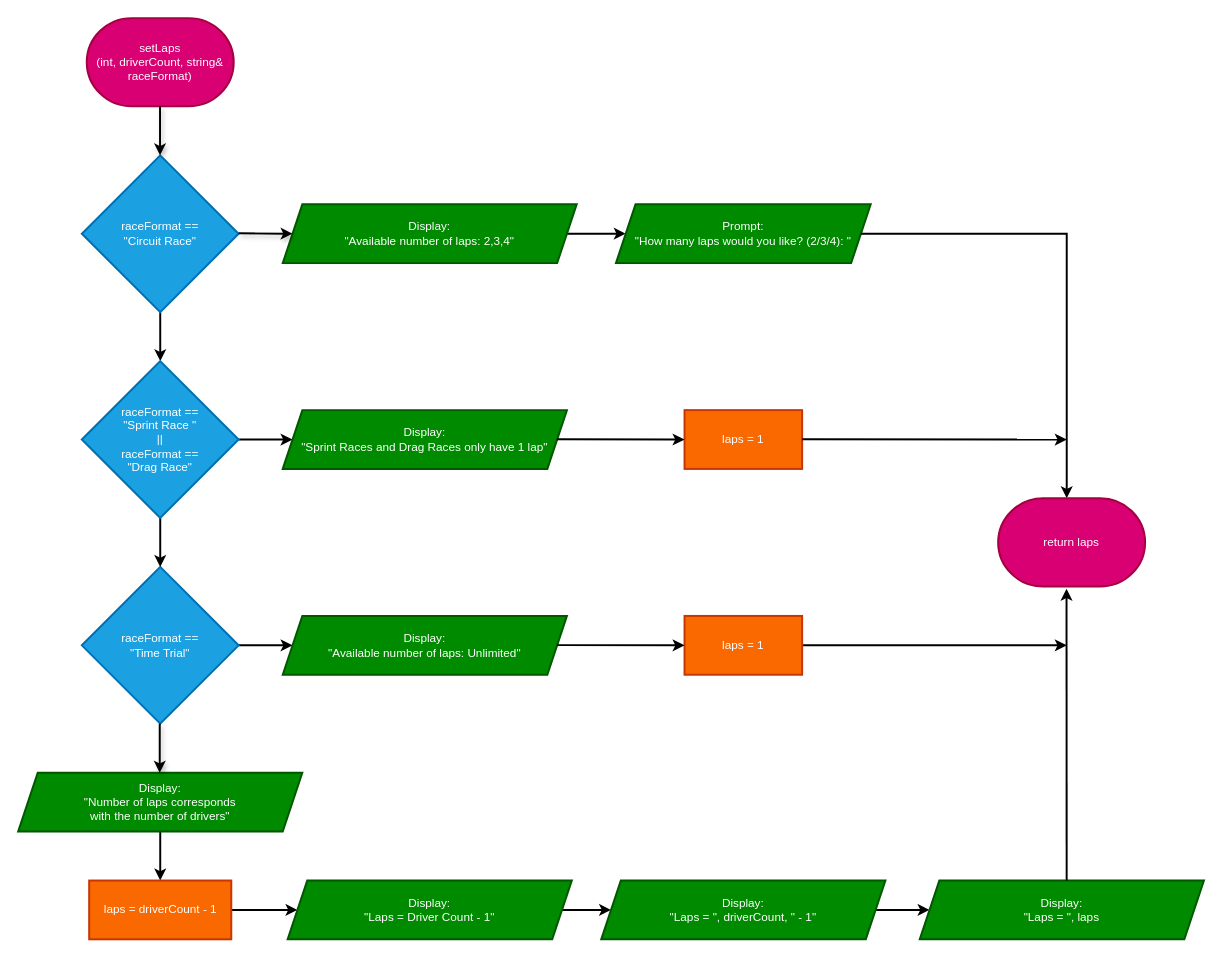
Before: Flowcharts (draw.io)/15. setLaps.drawio in shahxvi/csc126-group-project, a draw.io diagram. Source tidied: cells renumbered, new cells numbered last; positions are measured from the earlier drawing's top-left corner, leaving out a move shared by most shapes. Both pictures are drawn from the tidied source at 98%, with x=0, y=0 at pixel (18, 18).
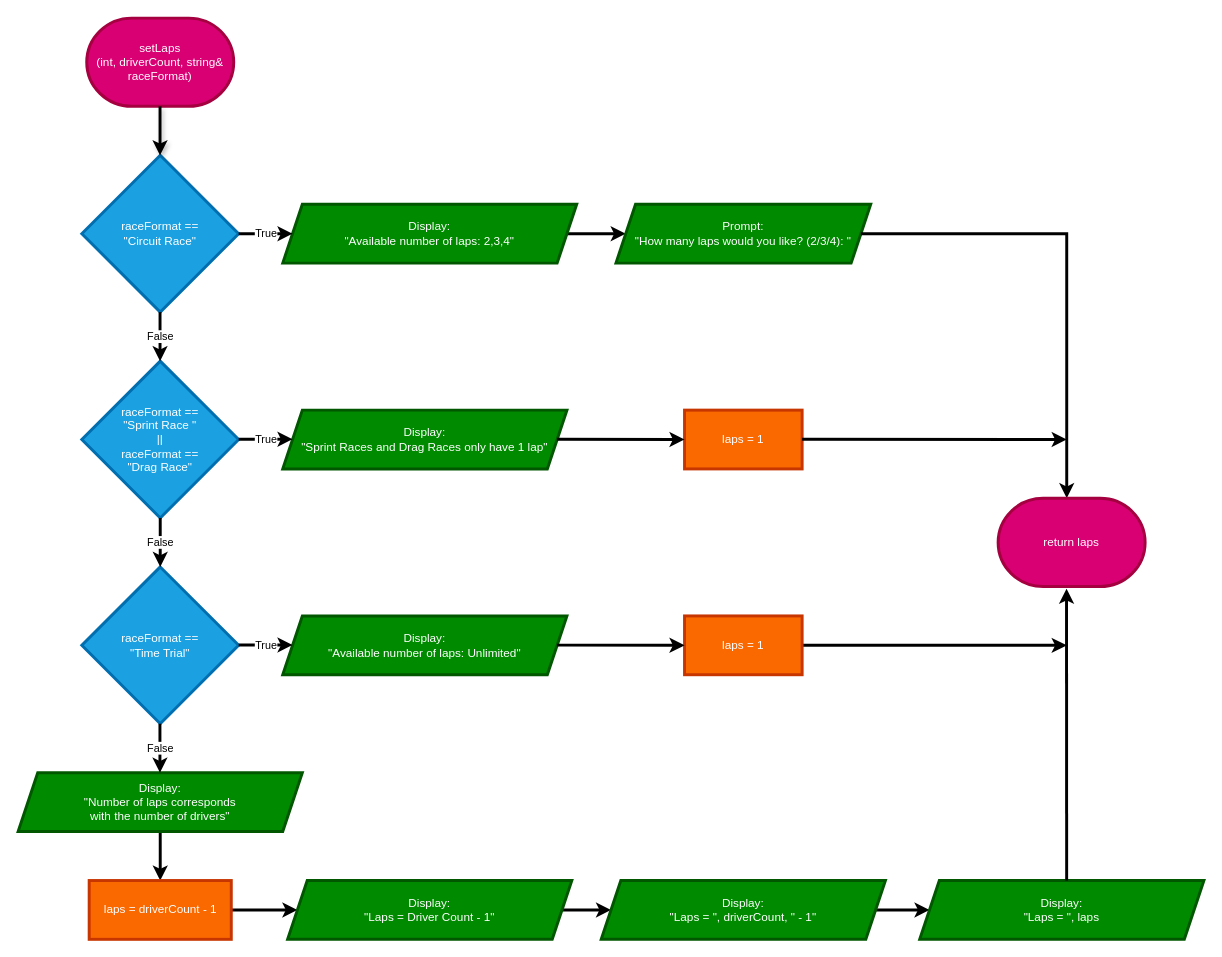
After the change.

What changed in the source:
```diff
@@
-    <mxCell id="2" value="setLaps&lt;br&gt;(int, driverCount, string&amp;amp; raceFormat)" style="strokeWidth=2;html=1;shape=mxgraph.flowchart.terminator;whiteSpace=wrap;fillColor=#d80073;fontColor=#ffffff;strokeColor=#A50040;" parent="1" vertex="1">
+    <mxCell id="2" value="setLaps&lt;br&gt;(int, driverCount, string&amp;amp; raceFormat)" style="strokeWidth=3;html=1;shape=mxgraph.flowchart.terminator;whiteSpace=wrap;fillColor=#d80073;fontColor=#ffffff;strokeColor=#A50040;" parent="1" vertex="1">
       <mxGeometry x="70" width="150" height="90" as="geometry" />
     </mxCell>
-    <mxCell id="3" style="edgeStyle=none;html=1;strokeWidth=2;" parent="1" edge="1" source="4" target="17">
-      <mxGeometry relative="1" as="geometry" />
-    </mxCell>
-    <mxCell id="4" value="raceFormat ==&lt;br&gt;&quot;Time Trial&quot;" style="rhombus;whiteSpace=wrap;html=1;strokeWidth=2;fillColor=#1ba1e2;fontColor=#ffffff;strokeColor=#006EAF;" parent="1" vertex="1">
+    <mxCell id="4" value="raceFormat ==&lt;br&gt;&quot;Time Trial&quot;" style="rhombus;whiteSpace=wrap;html=1;strokeWidth=3;fillColor=#1ba1e2;fontColor=#ffffff;strokeColor=#006EAF;" parent="1" vertex="1">
       <mxGeometry x="65" y="560" width="160" height="160" as="geometry" />
     </mxCell>
-    <mxCell id="5" style="edgeStyle=none;html=1;strokeWidth=2;" parent="1" edge="1" source="6" target="9">
-      <mxGeometry relative="1" as="geometry" />
-    </mxCell>
-    <mxCell id="6" value="&lt;span style=&quot;&quot;&gt;&lt;font style=&quot;color: rgb(255, 255, 255);&quot;&gt;raceFormat ==&lt;br&gt;&quot;Circuit Race&quot;&lt;/font&gt;&lt;/span&gt;" style="rhombus;whiteSpace=wrap;html=1;strokeWidth=2;fillColor=#1ba1e2;fontColor=#FFFFFF;strokeColor=#006EAF;" parent="1" vertex="1">
+    <mxCell id="6" value="&lt;span style=&quot;&quot;&gt;&lt;font style=&quot;color: rgb(255, 255, 255);&quot;&gt;raceFormat ==&lt;br&gt;&quot;Circuit Race&quot;&lt;/font&gt;&lt;/span&gt;" style="rhombus;whiteSpace=wrap;html=1;strokeWidth=3;fillColor=#1ba1e2;fontColor=#FFFFFF;strokeColor=#006EAF;" parent="1" vertex="1">
       <mxGeometry x="65" y="140" width="160" height="160" as="geometry" />
     </mxCell>
-    <mxCell id="7" style="edgeStyle=none;html=1;strokeWidth=2;" parent="1" edge="1" source="9" target="4">
-      <mxGeometry relative="1" as="geometry" />
-    </mxCell>
-    <mxCell id="8" style="edgeStyle=none;html=1;strokeWidth=2;" parent="1" edge="1" source="9" target="15">
-      <mxGeometry relative="1" as="geometry" />
-    </mxCell>
-    <mxCell id="9" value="raceFormat ==&lt;br&gt;&quot;Sprint Race &quot;&lt;br&gt;||&lt;br&gt;raceFormat ==&lt;br&gt;&quot;Drag Race&quot;" style="rhombus;whiteSpace=wrap;html=1;strokeWidth=2;fillColor=#1ba1e2;fontColor=#ffffff;strokeColor=#006EAF;" parent="1" vertex="1">
+    <mxCell id="9" value="raceFormat ==&lt;br&gt;&quot;Sprint Race &quot;&lt;br&gt;||&lt;br&gt;raceFormat ==&lt;br&gt;&quot;Drag Race&quot;" style="rhombus;whiteSpace=wrap;html=1;strokeWidth=3;fillColor=#1ba1e2;fontColor=#ffffff;strokeColor=#006EAF;" parent="1" vertex="1">
       <mxGeometry x="65" y="350" width="160" height="160" as="geometry" />
     </mxCell>
-    <mxCell id="10" style="edgeStyle=none;html=1;strokeWidth=2;shadow=1;textShadow=1;spacing=2;" parent="1" edge="1">
+    <mxCell id="10" style="edgeStyle=none;html=1;strokeWidth=3;shadow=1;textShadow=1;spacing=2;" parent="1" edge="1">
       <mxGeometry relative="1" as="geometry">
         <mxPoint x="144.8" y="90" as="sourcePoint" />
         <mxPoint x="144.8" y="140" as="targetPoint" />
       </mxGeometry>
     </mxCell>
-    <mxCell id="11" style="edgeStyle=none;html=1;strokeWidth=2;" parent="1" edge="1" source="12" target="13">
+    <mxCell id="11" style="edgeStyle=none;html=1;strokeWidth=3;" parent="1" edge="1" source="12" target="13">
       <mxGeometry relative="1" as="geometry" />
     </mxCell>
-    <mxCell id="12" value="Display:&lt;br&gt;&quot;Available number of laps: 2,3,4&quot;" style="shape=parallelogram;perimeter=parallelogramPerimeter;whiteSpace=wrap;html=1;fixedSize=1;strokeWidth=2;fillColor=#008a00;fontColor=#ffffff;strokeColor=#005700;" parent="1" vertex="1">
+    <mxCell id="12" value="Display:&lt;br&gt;&quot;Available number of laps: 2,3,4&quot;" style="shape=parallelogram;perimeter=parallelogramPerimeter;whiteSpace=wrap;html=1;fixedSize=1;strokeWidth=3;fillColor=#008a00;fontColor=#ffffff;strokeColor=#005700;" parent="1" vertex="1">
       <mxGeometry x="270" y="190" width="300" height="60" as="geometry" />
     </mxCell>
-    <mxCell id="13" value="Prompt:&lt;br&gt;&quot;How many laps would you like? (2/3/4): &quot;" style="shape=parallelogram;perimeter=parallelogramPerimeter;whiteSpace=wrap;html=1;fixedSize=1;strokeWidth=2;fillColor=#008a00;fontColor=#ffffff;strokeColor=#005700;" parent="1" vertex="1">
+    <mxCell id="13" value="Prompt:&lt;br&gt;&quot;How many laps would you like? (2/3/4): &quot;" style="shape=parallelogram;perimeter=parallelogramPerimeter;whiteSpace=wrap;html=1;fixedSize=1;strokeWidth=3;fillColor=#008a00;fontColor=#ffffff;strokeColor=#005700;" parent="1" vertex="1">
       <mxGeometry x="610" y="190" width="260" height="60" as="geometry" />
     </mxCell>
-    <mxCell id="14" style="edgeStyle=none;html=1;strokeWidth=2;shadow=1;textShadow=1;spacing=2;entryX=0;entryY=0.5;entryDx=0;entryDy=0;" parent="1" edge="1" target="12">
-      <mxGeometry relative="1" as="geometry">
-        <mxPoint x="225" y="219.6" as="sourcePoint" />
-      </mxGeometry>
-    </mxCell>
-    <mxCell id="15" value="Display:&lt;br&gt;&quot;Sprint Races and Drag Races only have 1 lap&quot;" style="shape=parallelogram;perimeter=parallelogramPerimeter;whiteSpace=wrap;html=1;fixedSize=1;strokeWidth=2;fillColor=#008a00;fontColor=#ffffff;strokeColor=#005700;" parent="1" vertex="1">
+    <mxCell id="15" value="Display:&lt;br&gt;&quot;Sprint Races and Drag Races only have 1 lap&quot;" style="shape=parallelogram;perimeter=parallelogramPerimeter;whiteSpace=wrap;html=1;fixedSize=1;strokeWidth=3;fillColor=#008a00;fontColor=#ffffff;strokeColor=#005700;" parent="1" vertex="1">
       <mxGeometry x="270" y="400" width="290" height="60" as="geometry" />
     </mxCell>
-    <mxCell id="16" value="laps = 1" style="whiteSpace=wrap;html=1;strokeWidth=2;fillColor=#fa6800;fontColor=#FFFFFF;strokeColor=#C73500;" parent="1" vertex="1">
+    <mxCell id="16" value="laps = 1" style="whiteSpace=wrap;html=1;strokeWidth=3;fillColor=#fa6800;fontColor=#FFFFFF;strokeColor=#C73500;" parent="1" vertex="1">
       <mxGeometry x="680" y="400" width="120" height="60" as="geometry" />
     </mxCell>
-    <mxCell id="17" value="Display:&lt;br&gt;&quot;Available number of laps: Unlimited&quot;" style="shape=parallelogram;perimeter=parallelogramPerimeter;whiteSpace=wrap;html=1;fixedSize=1;strokeWidth=2;fillColor=#008a00;fontColor=#ffffff;strokeColor=#005700;" parent="1" vertex="1">
+    <mxCell id="17" value="Display:&lt;br&gt;&quot;Available number of laps: Unlimited&quot;" style="shape=parallelogram;perimeter=parallelogramPerimeter;whiteSpace=wrap;html=1;fixedSize=1;strokeWidth=3;fillColor=#008a00;fontColor=#ffffff;strokeColor=#005700;" parent="1" vertex="1">
       <mxGeometry x="270" y="610" width="290" height="60" as="geometry" />
     </mxCell>
-    <mxCell id="18" style="edgeStyle=none;html=1;strokeWidth=2;" parent="1" edge="1" source="19">
+    <mxCell id="18" style="edgeStyle=none;html=1;strokeWidth=3;" parent="1" edge="1" source="19">
       <mxGeometry relative="1" as="geometry">
         <mxPoint x="1070" y="640" as="targetPoint" />
       </mxGeometry>
     </mxCell>
-    <mxCell id="19" value="laps = 1" style="whiteSpace=wrap;html=1;strokeWidth=2;fillColor=#fa6800;fontColor=#FFFFFF;strokeColor=#C73500;" parent="1" vertex="1">
+    <mxCell id="19" value="laps = 1" style="whiteSpace=wrap;html=1;strokeWidth=3;fillColor=#fa6800;fontColor=#FFFFFF;strokeColor=#C73500;" parent="1" vertex="1">
       <mxGeometry x="680" y="610" width="120" height="60" as="geometry" />
     </mxCell>
-    <mxCell id="20" style="edgeStyle=none;html=1;strokeWidth=2;" parent="1" edge="1" source="21" target="24">
+    <mxCell id="20" style="edgeStyle=none;html=1;strokeWidth=3;" parent="1" edge="1" source="21" target="24">
       <mxGeometry relative="1" as="geometry" />
     </mxCell>
-    <mxCell id="21" value="Display:&lt;br&gt;&quot;Number of laps corresponds&lt;br&gt;with the number of drivers&quot;" style="shape=parallelogram;perimeter=parallelogramPerimeter;whiteSpace=wrap;html=1;fixedSize=1;strokeWidth=2;fillColor=#008a00;fontColor=#ffffff;strokeColor=#005700;" parent="1" vertex="1">
+    <mxCell id="21" value="Display:&lt;br&gt;&quot;Number of laps corresponds&lt;br&gt;with the number of drivers&quot;" style="shape=parallelogram;perimeter=parallelogramPerimeter;whiteSpace=wrap;html=1;fixedSize=1;strokeWidth=3;fillColor=#008a00;fontColor=#ffffff;strokeColor=#005700;" parent="1" vertex="1">
       <mxGeometry y="770" width="290" height="60" as="geometry" />
     </mxCell>
-    <mxCell id="22" style="edgeStyle=none;html=1;strokeWidth=2;shadow=1;textShadow=1;spacing=2;" parent="1" edge="1">
-      <mxGeometry relative="1" as="geometry">
-        <mxPoint x="144.5" y="720" as="sourcePoint" />
-        <mxPoint x="144.5" y="770" as="targetPoint" />
-      </mxGeometry>
-    </mxCell>
-    <mxCell id="23" style="edgeStyle=none;html=1;strokeWidth=2;" parent="1" edge="1" source="24" target="26">
+    <mxCell id="23" style="edgeStyle=none;html=1;strokeWidth=3;" parent="1" edge="1" source="24" target="26">
       <mxGeometry relative="1" as="geometry" />
     </mxCell>
-    <mxCell id="24" value="laps = driverCount - 1" style="whiteSpace=wrap;html=1;strokeWidth=2;fillColor=#fa6800;fontColor=#FFFFFF;strokeColor=#C73500;" parent="1" vertex="1">
+    <mxCell id="24" value="laps = driverCount - 1" style="whiteSpace=wrap;html=1;strokeWidth=3;fillColor=#fa6800;fontColor=#FFFFFF;strokeColor=#C73500;" parent="1" vertex="1">
       <mxGeometry x="72.5" y="880" width="145" height="60" as="geometry" />
     </mxCell>
-    <mxCell id="25" style="edgeStyle=none;html=1;strokeWidth=2;" parent="1" edge="1" source="26" target="28">
+    <mxCell id="25" style="edgeStyle=none;html=1;strokeWidth=3;" parent="1" edge="1" source="26" target="28">
       <mxGeometry relative="1" as="geometry" />
     </mxCell>
-    <mxCell id="26" value="Display:&lt;br&gt;&quot;Laps = Driver Count - 1&quot;" style="shape=parallelogram;perimeter=parallelogramPerimeter;whiteSpace=wrap;html=1;fixedSize=1;strokeWidth=2;fillColor=#008a00;fontColor=#ffffff;strokeColor=#005700;" parent="1" vertex="1">
+    <mxCell id="26" value="Display:&lt;br&gt;&quot;Laps = Driver Count - 1&quot;" style="shape=parallelogram;perimeter=parallelogramPerimeter;whiteSpace=wrap;html=1;fixedSize=1;strokeWidth=3;fillColor=#008a00;fontColor=#ffffff;strokeColor=#005700;" parent="1" vertex="1">
       <mxGeometry x="275" y="880" width="290" height="60" as="geometry" />
     </mxCell>
-    <mxCell id="27" style="edgeStyle=none;html=1;strokeWidth=2;" parent="1" edge="1" source="28" target="29">
+    <mxCell id="27" style="edgeStyle=none;html=1;strokeWidth=3;" parent="1" edge="1" source="28" target="29">
       <mxGeometry relative="1" as="geometry" />
     </mxCell>
-    <mxCell id="28" value="Display:&lt;br&gt;&quot;Laps = &quot;, driverCount, &quot; - 1&quot;" style="shape=parallelogram;perimeter=parallelogramPerimeter;whiteSpace=wrap;html=1;fixedSize=1;strokeWidth=2;fillColor=#008a00;fontColor=#ffffff;strokeColor=#005700;" parent="1" vertex="1">
+    <mxCell id="28" value="Display:&lt;br&gt;&quot;Laps = &quot;, driverCount, &quot; - 1&quot;" style="shape=parallelogram;perimeter=parallelogramPerimeter;whiteSpace=wrap;html=1;fixedSize=1;strokeWidth=3;fillColor=#008a00;fontColor=#ffffff;strokeColor=#005700;" parent="1" vertex="1">
       <mxGeometry x="595" y="880" width="290" height="60" as="geometry" />
     </mxCell>
-    <mxCell id="29" value="Display:&lt;br&gt;&quot;Laps = &quot;, laps" style="shape=parallelogram;perimeter=parallelogramPerimeter;whiteSpace=wrap;html=1;fixedSize=1;strokeWidth=2;fillColor=#008a00;fontColor=#ffffff;strokeColor=#005700;" parent="1" vertex="1">
+    <mxCell id="29" value="Display:&lt;br&gt;&quot;Laps = &quot;, laps" style="shape=parallelogram;perimeter=parallelogramPerimeter;whiteSpace=wrap;html=1;fixedSize=1;strokeWidth=3;fillColor=#008a00;fontColor=#ffffff;strokeColor=#005700;" parent="1" vertex="1">
       <mxGeometry x="920" y="880" width="290" height="60" as="geometry" />
     </mxCell>
-    <mxCell id="30" style="edgeStyle=none;jettySize=auto;html=1;entryX=0;entryY=0.5;entryDx=0;entryDy=0;strokeWidth=2;" parent="1" edge="1" target="16">
+    <mxCell id="30" style="edgeStyle=none;jettySize=auto;html=1;entryX=0;entryY=0.5;entryDx=0;entryDy=0;strokeWidth=3;" parent="1" edge="1" target="16">
       <mxGeometry relative="1" as="geometry">
         <mxPoint x="550" y="429.8" as="sourcePoint" />
       </mxGeometry>
     </mxCell>
-    <mxCell id="31" style="edgeStyle=none;jettySize=auto;html=1;entryX=0;entryY=0.5;entryDx=0;entryDy=0;strokeWidth=2;" parent="1" edge="1" target="19">
+    <mxCell id="31" style="edgeStyle=none;jettySize=auto;html=1;entryX=0;entryY=0.5;entryDx=0;entryDy=0;strokeWidth=3;" parent="1" edge="1" target="19">
       <mxGeometry relative="1" as="geometry">
         <mxPoint x="550" y="639.8" as="sourcePoint" />
       </mxGeometry>
     </mxCell>
-    <mxCell id="32" style="edgeStyle=none;jettySize=auto;html=1;exitX=0.517;exitY=0;exitDx=0;exitDy=0;exitPerimeter=0;entryX=0.465;entryY=1.024;entryDx=0;entryDy=0;entryPerimeter=0;strokeWidth=2;" parent="1" edge="1" source="29">
+    <mxCell id="32" style="edgeStyle=none;jettySize=auto;html=1;exitX=0.517;exitY=0;exitDx=0;exitDy=0;exitPerimeter=0;entryX=0.465;entryY=1.024;entryDx=0;entryDy=0;entryPerimeter=0;strokeWidth=3;" parent="1" edge="1" source="29">
       <mxGeometry relative="1" as="geometry">
         <mxPoint x="1069.8" y="582.2" as="targetPoint" />
       </mxGeometry>
     </mxCell>
-    <mxCell id="33" style="edgeStyle=none;jettySize=auto;html=1;exitX=1;exitY=0.5;exitDx=0;exitDy=0;rounded=0;curved=0;entryX=0.467;entryY=-0.002;entryDx=0;entryDy=0;entryPerimeter=0;strokeWidth=2;" parent="1" edge="1" source="13">
+    <mxCell id="33" style="edgeStyle=none;jettySize=auto;html=1;exitX=1;exitY=0.5;exitDx=0;exitDy=0;rounded=0;curved=0;entryX=0.467;entryY=-0.002;entryDx=0;entryDy=0;entryPerimeter=0;strokeWidth=3;" parent="1" edge="1" source="13">
       <mxGeometry relative="1" as="geometry">
         <mxPoint x="1070" y="489.8" as="targetPoint" />
         <Array as="points">
           <mxPoint x="1070" y="220" />
         </Array>
       </mxGeometry>
     </mxCell>
-    <mxCell id="34" style="edgeStyle=none;orthogonalLoop=1;jettySize=auto;html=1;strokeWidth=2;" parent="1" edge="1">
+    <mxCell id="34" style="edgeStyle=none;orthogonalLoop=1;jettySize=auto;html=1;strokeWidth=3;" parent="1" edge="1">
       <mxGeometry relative="1" as="geometry">
         <mxPoint x="800" y="429.7" as="sourcePoint" />
         <mxPoint x="1070" y="430" as="targetPoint" />
       </mxGeometry>
     </mxCell>
-    <mxCell id="35" value="return laps" style="strokeWidth=2;html=1;shape=mxgraph.flowchart.terminator;whiteSpace=wrap;fillColor=#d80073;fontColor=#ffffff;strokeColor=#A50040;" parent="1" vertex="1">
+    <mxCell id="35" value="return laps" style="strokeWidth=3;html=1;shape=mxgraph.flowchart.terminator;whiteSpace=wrap;fillColor=#d80073;fontColor=#ffffff;strokeColor=#A50040;" parent="1" vertex="1">
       <mxGeometry x="1000" y="490" width="150" height="90" as="geometry" />
     </mxCell>
+    <mxCell id="36" value="True" style="edgeStyle=none;jettySize=auto;html=1;exitX=1;exitY=0.5;exitDx=0;exitDy=0;entryX=0;entryY=0.5;entryDx=0;entryDy=0;strokeWidth=3;" parent="1" edge="1" source="6" target="12">
+      <mxGeometry relative="1" as="geometry" />
+    </mxCell>
+    <mxCell id="37" value="True" style="edgeStyle=none;orthogonalLoop=1;jettySize=auto;html=1;exitX=1;exitY=0.5;exitDx=0;exitDy=0;entryX=0;entryY=0.5;entryDx=0;entryDy=0;strokeWidth=3;" parent="1" edge="1">
+      <mxGeometry relative="1" as="geometry">
+        <mxPoint x="225" y="429.7" as="sourcePoint" />
+        <mxPoint x="280" y="429.7" as="targetPoint" />
+      </mxGeometry>
+    </mxCell>
+    <mxCell id="38" value="True" style="edgeStyle=none;orthogonalLoop=1;jettySize=auto;html=1;exitX=1;exitY=0.5;exitDx=0;exitDy=0;entryX=0;entryY=0.5;entryDx=0;entryDy=0;strokeWidth=3;" parent="1" edge="1">
+      <mxGeometry relative="1" as="geometry">
+        <mxPoint x="225" y="639.7" as="sourcePoint" />
+        <mxPoint x="280" y="639.7" as="targetPoint" />
+      </mxGeometry>
+    </mxCell>
+    <mxCell id="7" value="False" style="edgeStyle=none;jettySize=auto;html=1;strokeWidth=3;exitX=0.5;exitY=1;exitDx=0;exitDy=0;entryX=0.5;entryY=0;entryDx=0;entryDy=0;" parent="1" edge="1" source="9" target="4">
+      <mxGeometry relative="1" as="geometry" />
+    </mxCell>
+    <mxCell id="39" value="False" style="edgeStyle=none;orthogonalLoop=1;jettySize=auto;html=1;strokeWidth=3;exitX=0.5;exitY=1;exitDx=0;exitDy=0;entryX=0.5;entryY=0;entryDx=0;entryDy=0;" parent="1" edge="1">
+      <mxGeometry relative="1" as="geometry">
+        <mxPoint x="144.8" y="300" as="sourcePoint" />
+        <mxPoint x="144.8" y="350" as="targetPoint" />
+      </mxGeometry>
+    </mxCell>
+    <mxCell id="40" value="False" style="edgeStyle=none;orthogonalLoop=1;jettySize=auto;html=1;strokeWidth=3;exitX=0.5;exitY=1;exitDx=0;exitDy=0;entryX=0.5;entryY=0;entryDx=0;entryDy=0;" parent="1" edge="1">
+      <mxGeometry relative="1" as="geometry">
+        <mxPoint x="144.7" y="720" as="sourcePoint" />
+        <mxPoint x="144.7" y="770" as="targetPoint" />
+      </mxGeometry>
+    </mxCell>
```
